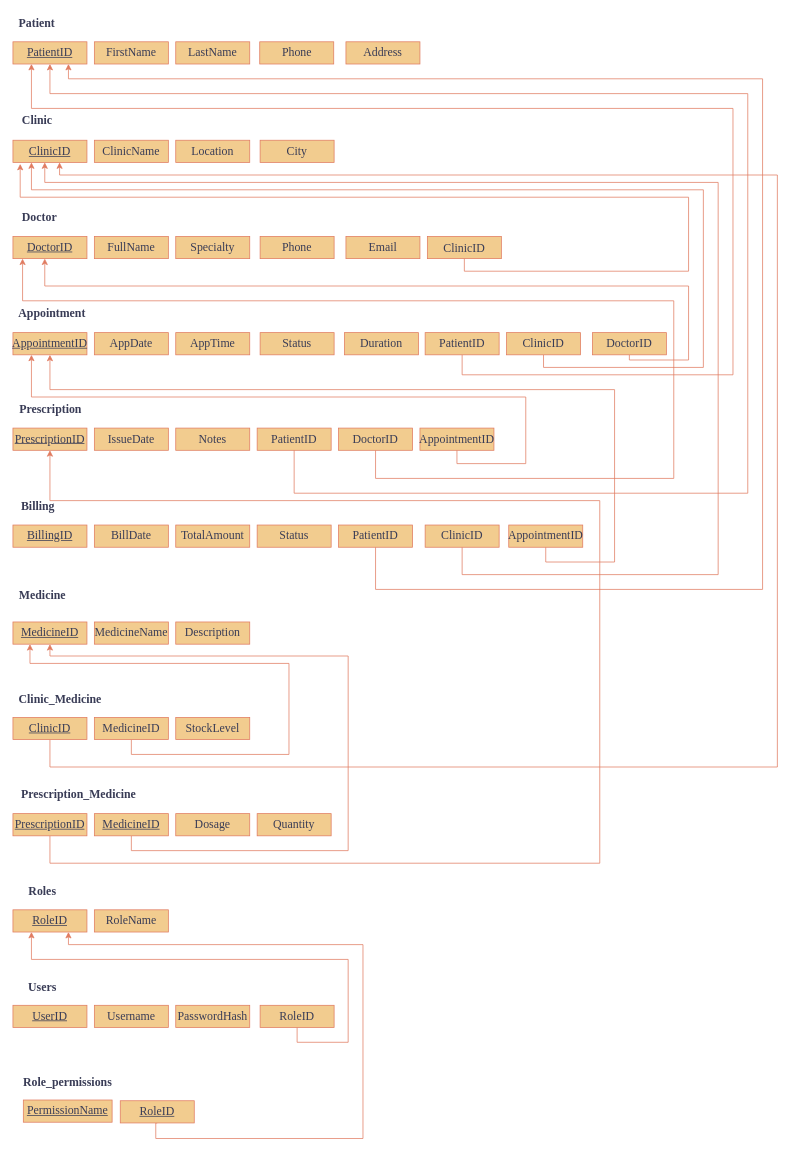
FatimahAli313/Project_1 keeps this draw.io diagram as page "Page-12" (13 of 16) of Untitled Diagram.drawio. Above is the earlier version. Source tidied: cells renumbered, new cells numbered last; positions are measured from the earlier drawing's top-left corner, leaving out a move shared by most shapes. Both pictures are drawn from the tidied source at 74%, with x=0, y=0 at pixel (13, 13).
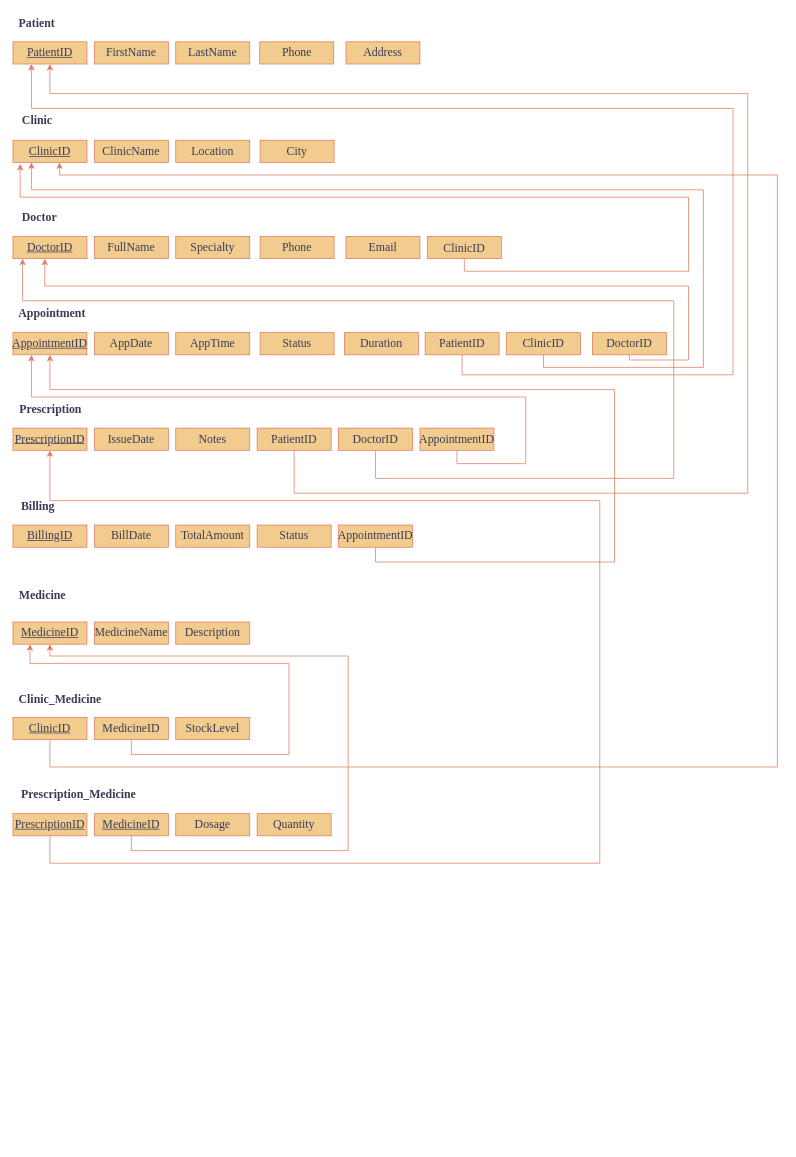
The same page after the edit.

The change refers to these unchanged cells:
```xml
<mxCell id="2" value="&lt;span style=&quot;font-size: 12pt; line-height: 140%; font-family: &amp;quot;Times New Roman&amp;quot;, serif;&quot;&gt;&lt;u&gt;PatientID&lt;/u&gt;&lt;/span&gt;" style="rounded=0;whiteSpace=wrap;html=1;labelBackgroundColor=none;fillColor=#F2CC8F;strokeColor=#E07A5F;fontColor=#393C56;" parent="1" vertex="1">
  <mxGeometry y="39" width="100" height="30" as="geometry" />
</mxCell>
<mxCell id="21" value="&lt;p class=&quot;MsoNormal&quot; style=&quot;line-height:107%&quot;&gt;&lt;span style=&quot;font-size: 12pt; line-height: 140%; font-family: &amp;quot;Times New Roman&amp;quot;, serif;&quot;&gt;&lt;u&gt;AppointmentID&lt;/u&gt;&lt;/span&gt;&lt;/p&gt;" style="rounded=0;whiteSpace=wrap;html=1;labelBackgroundColor=none;fillColor=#F2CC8F;strokeColor=#E07A5F;fontColor=#393C56;" parent="1" vertex="1">
  <mxGeometry y="432" width="100" height="30" as="geometry" />
</mxCell>
```

The edit, as a diff of the source:
```diff
@@
-    <mxCell id="39" style="edgeStyle=orthogonalEdgeStyle;rounded=0;jettySize=auto;html=1;exitX=0.5;exitY=1;exitDx=0;exitDy=0;entryX=0.75;entryY=1;entryDx=0;entryDy=0;labelBackgroundColor=none;strokeColor=#E07A5F;fontColor=default;" parent="1" edge="1" source="40" target="2">
-      <mxGeometry relative="1" as="geometry">
-        <Array as="points">
-          <mxPoint x="490" y="779" />
-          <mxPoint x="1013" y="779" />
-          <mxPoint x="1013" y="89" />
-          <mxPoint x="75" y="89" />
-        </Array>
-      </mxGeometry>
-    </mxCell>
-    <mxCell id="40" value="&lt;p class=&quot;MsoNormal&quot; style=&quot;line-height:107%&quot;&gt;&lt;span style=&quot;font-size: 12pt; line-height: 140%; font-family: &amp;quot;Times New Roman&amp;quot;, serif;&quot;&gt;PatientID&lt;/span&gt;&lt;/p&gt;" style="rounded=0;whiteSpace=wrap;html=1;labelBackgroundColor=none;fillColor=#F2CC8F;strokeColor=#E07A5F;fontColor=#393C56;" parent="1" vertex="1">
-      <mxGeometry x="440" y="692" width="100" height="30" as="geometry" />
-    </mxCell>
@@
-    <mxCell id="54" value="&lt;p class=&quot;MsoNormal&quot; style=&quot;line-height:107%&quot;&gt;&lt;span style=&quot;font-size: 12pt; line-height: 140%; font-family: &amp;quot;Times New Roman&amp;quot;, serif;&quot;&gt;&lt;u&gt;UserID&lt;/u&gt;&lt;/span&gt;&lt;/p&gt;" style="rounded=0;whiteSpace=wrap;html=1;labelBackgroundColor=none;fillColor=#F2CC8F;strokeColor=#E07A5F;fontColor=#393C56;" parent="1" vertex="1">
-      <mxGeometry y="1341" width="100" height="30" as="geometry" />
-    </mxCell>
-    <mxCell id="55" value="&lt;p class=&quot;MsoNormal&quot; style=&quot;line-height:107%&quot;&gt;&lt;span style=&quot;font-size: 12pt; line-height: 140%; font-family: &amp;quot;Times New Roman&amp;quot;, serif;&quot;&gt;PasswordHash&lt;/span&gt;&lt;/p&gt;" style="rounded=0;whiteSpace=wrap;html=1;labelBackgroundColor=none;fillColor=#F2CC8F;strokeColor=#E07A5F;fontColor=#393C56;" parent="1" vertex="1">
-      <mxGeometry x="220" y="1341" width="100" height="30" as="geometry" />
-    </mxCell>
-    <mxCell id="56" style="edgeStyle=orthogonalEdgeStyle;rounded=0;jettySize=auto;html=1;exitX=0.5;exitY=1;exitDx=0;exitDy=0;entryX=0.25;entryY=1;entryDx=0;entryDy=0;labelBackgroundColor=none;strokeColor=#E07A5F;fontColor=default;" parent="1" edge="1" source="57" target="65">
-      <mxGeometry relative="1" as="geometry">
-        <Array as="points">
-          <mxPoint x="384" y="1391" />
-          <mxPoint x="453" y="1391" />
-          <mxPoint x="453" y="1279" />
-          <mxPoint x="25" y="1279" />
-        </Array>
-      </mxGeometry>
-    </mxCell>
-    <mxCell id="57" value="&lt;p class=&quot;MsoNormal&quot; style=&quot;line-height:107%&quot;&gt;&lt;span style=&quot;font-size: 12pt; line-height: 140%; font-family: &amp;quot;Times New Roman&amp;quot;, serif;&quot;&gt;RoleID&lt;/span&gt;&lt;/p&gt;" style="rounded=0;whiteSpace=wrap;html=1;labelBackgroundColor=none;fillColor=#F2CC8F;strokeColor=#E07A5F;fontColor=#393C56;" parent="1" vertex="1">
-      <mxGeometry x="334" y="1341" width="100" height="30" as="geometry" />
-    </mxCell>
-    <mxCell id="58" value="&lt;p class=&quot;MsoNormal&quot; style=&quot;line-height:107%&quot;&gt;&lt;span style=&quot;font-size: 12pt; line-height: 140%; font-family: &amp;quot;Times New Roman&amp;quot;, serif;&quot;&gt;Username&lt;/span&gt;&lt;/p&gt;" style="rounded=0;whiteSpace=wrap;html=1;labelBackgroundColor=none;fillColor=#F2CC8F;strokeColor=#E07A5F;fontColor=#393C56;" parent="1" vertex="1">
-      <mxGeometry x="110" y="1341" width="100" height="30" as="geometry" />
-    </mxCell>
-    <mxCell id="59" value="&lt;font face=&quot;Times New Roman, serif&quot;&gt;&lt;span style=&quot;font-size: 16px;&quot;&gt;&lt;b&gt;Users&lt;/b&gt;&lt;/span&gt;&lt;/font&gt;" style="text;html=1;whiteSpace=wrap;strokeColor=none;fillColor=none;align=center;verticalAlign=middle;rounded=0;labelBackgroundColor=none;fontColor=#393C56;" parent="1" vertex="1">
-      <mxGeometry x="10" y="1301" width="60" height="30" as="geometry" />
-    </mxCell>
-    <mxCell id="60" value="&lt;span style=&quot;font-size: 12pt; line-height: 140%; font-family: &amp;quot;Times New Roman&amp;quot;, serif;&quot;&gt;&lt;b&gt;Role_permissions&lt;/b&gt;&lt;/span&gt;" style="text;html=1;whiteSpace=wrap;strokeColor=none;fillColor=none;align=center;verticalAlign=middle;rounded=0;labelBackgroundColor=none;fontColor=#393C56;" parent="1" vertex="1">
-      <mxGeometry x="9" y="1431" width="130" height="30" as="geometry" />
-    </mxCell>
-    <mxCell id="61" style="edgeStyle=orthogonalEdgeStyle;rounded=0;jettySize=auto;html=1;exitX=0.5;exitY=1;exitDx=0;exitDy=0;entryX=0.75;entryY=1;entryDx=0;entryDy=0;labelBackgroundColor=none;strokeColor=#E07A5F;fontColor=default;" parent="1" edge="1" source="62" target="65">
-      <mxGeometry relative="1" as="geometry">
-        <Array as="points">
-          <mxPoint x="193" y="1500" />
-          <mxPoint x="193" y="1521" />
-          <mxPoint x="473" y="1521" />
-          <mxPoint x="473" y="1259" />
-          <mxPoint x="75" y="1259" />
-        </Array>
-      </mxGeometry>
-    </mxCell>
-    <mxCell id="62" value="&lt;p class=&quot;MsoNormal&quot; style=&quot;line-height:107%&quot;&gt;&lt;span style=&quot;font-size: 12pt; line-height: 140%; font-family: &amp;quot;Times New Roman&amp;quot;, serif;&quot;&gt;&lt;u&gt;RoleID&lt;/u&gt;&lt;/span&gt;&lt;/p&gt;" style="rounded=0;whiteSpace=wrap;html=1;labelBackgroundColor=none;fillColor=#F2CC8F;strokeColor=#E07A5F;fontColor=#393C56;" parent="1" vertex="1">
-      <mxGeometry x="145" y="1470" width="100" height="30" as="geometry" />
-    </mxCell>
-    <mxCell id="63" value="&lt;p class=&quot;MsoNormal&quot; style=&quot;line-height:107%&quot;&gt;&lt;span style=&quot;font-size: 12pt; line-height: 140%; font-family: &amp;quot;Times New Roman&amp;quot;, serif;&quot;&gt;&lt;u&gt;PermissionName&lt;/u&gt;&lt;/span&gt;&lt;/p&gt;" style="rounded=0;whiteSpace=wrap;html=1;labelBackgroundColor=none;fillColor=#F2CC8F;strokeColor=#E07A5F;fontColor=#393C56;" parent="1" vertex="1">
-      <mxGeometry x="14" y="1469" width="120" height="30" as="geometry" />
-    </mxCell>
-    <mxCell id="64" value="&lt;b style=&quot;font-family: &amp;quot;Times New Roman&amp;quot;, serif; font-size: 16px;&quot;&gt;Roles&lt;/b&gt;" style="text;html=1;whiteSpace=wrap;strokeColor=none;fillColor=none;align=center;verticalAlign=middle;rounded=0;labelBackgroundColor=none;fontColor=#393C56;" parent="1" vertex="1">
-      <mxGeometry x="10" y="1172" width="60" height="30" as="geometry" />
-    </mxCell>
-    <mxCell id="65" value="&lt;p class=&quot;MsoNormal&quot; style=&quot;line-height:107%&quot;&gt;&lt;span style=&quot;font-size: 12pt; line-height: 140%; font-family: &amp;quot;Times New Roman&amp;quot;, serif;&quot;&gt;&lt;u&gt;RoleID&lt;/u&gt;&lt;/span&gt;&lt;/p&gt;" style="rounded=0;whiteSpace=wrap;html=1;labelBackgroundColor=none;fillColor=#F2CC8F;strokeColor=#E07A5F;fontColor=#393C56;" parent="1" vertex="1">
-      <mxGeometry y="1212" width="100" height="30" as="geometry" />
-    </mxCell>
-    <mxCell id="66" value="&lt;p class=&quot;MsoNormal&quot; style=&quot;line-height:107%&quot;&gt;&lt;span style=&quot;font-size: 12pt; line-height: 140%; font-family: &amp;quot;Times New Roman&amp;quot;, serif;&quot;&gt;RoleName&lt;/span&gt;&lt;/p&gt;" style="rounded=0;whiteSpace=wrap;html=1;labelBackgroundColor=none;fillColor=#F2CC8F;strokeColor=#E07A5F;fontColor=#393C56;" parent="1" vertex="1">
-      <mxGeometry x="110" y="1212" width="100" height="30" as="geometry" />
-    </mxCell>
@@
-    <mxCell id="68" style="edgeStyle=orthogonalEdgeStyle;rounded=0;jettySize=auto;html=1;exitX=0.5;exitY=1;exitDx=0;exitDy=0;labelBackgroundColor=none;strokeColor=#E07A5F;fontColor=default;" parent="1" edge="1" source="69">
-      <mxGeometry relative="1" as="geometry">
-        <mxPoint x="43" y="202" as="targetPoint" />
-        <Array as="points">
-          <mxPoint x="607" y="759" />
-          <mxPoint x="953" y="759" />
-          <mxPoint x="953" y="229" />
-          <mxPoint x="43" y="229" />
-          <mxPoint x="43" y="202" />
-        </Array>
-      </mxGeometry>
-    </mxCell>
-    <mxCell id="69" value="&lt;p class=&quot;MsoNormal&quot; style=&quot;line-height:107%&quot;&gt;&lt;span lang=&quot;FR&quot; style=&quot;font-size: 12pt; line-height: 140%; font-family: &amp;quot;Times New Roman&amp;quot;, serif;&quot;&gt;ClinicID&lt;/span&gt;&lt;/p&gt;" style="rounded=0;whiteSpace=wrap;html=1;labelBackgroundColor=none;fillColor=#F2CC8F;strokeColor=#E07A5F;fontColor=#393C56;" parent="1" vertex="1">
-      <mxGeometry x="557" y="692" width="100" height="30" as="geometry" />
-    </mxCell>
@@
     <mxCell id="78" style="edgeStyle=orthogonalEdgeStyle;rounded=0;jettySize=auto;html=1;exitX=0.5;exitY=1;exitDx=0;exitDy=0;entryX=0.5;entryY=1;entryDx=0;entryDy=0;labelBackgroundColor=none;strokeColor=#E07A5F;fontColor=default;" parent="1" edge="1" source="79" target="21">
       <mxGeometry relative="1" as="geometry">
         <Array as="points">
-          <mxPoint x="720" y="742" />
+          <mxPoint x="490" y="742" />
           <mxPoint x="813" y="742" />
           <mxPoint x="813" y="509" />
           <mxPoint x="50" y="509" />
         </Array>
       </mxGeometry>
     </mxCell>
     <mxCell id="79" value="&lt;p class=&quot;MsoNormal&quot; style=&quot;line-height:107%&quot;&gt;&lt;span style=&quot;font-size: 12pt; line-height: 140%; font-family: &amp;quot;Times New Roman&amp;quot;, serif;&quot;&gt;AppointmentID&lt;/span&gt;&lt;/p&gt;" style="rounded=0;whiteSpace=wrap;html=1;labelBackgroundColor=none;fillColor=#F2CC8F;strokeColor=#E07A5F;fontColor=#393C56;" parent="1" vertex="1">
-      <mxGeometry x="670" y="692" width="100" height="30" as="geometry" />
+      <mxGeometry x="440" y="692" width="100" height="30" as="geometry" />
     </mxCell>
```
